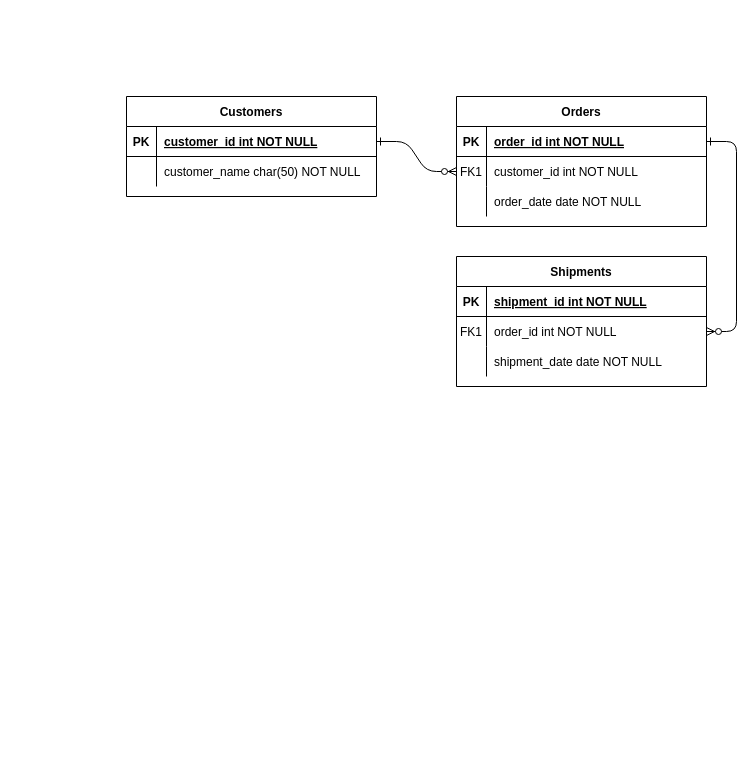
Earlier version of the draw.io diagram erd/Untitled Diagram.drawio (DASitby/LightBnB). Source tidied: cells renumbered, new cells numbered last; positions are measured from the earlier drawing's top-left corner, leaving out a move shared by most shapes. Both pictures are drawn from the tidied source at 100%, with x=0, y=0 at pixel (126, 96).
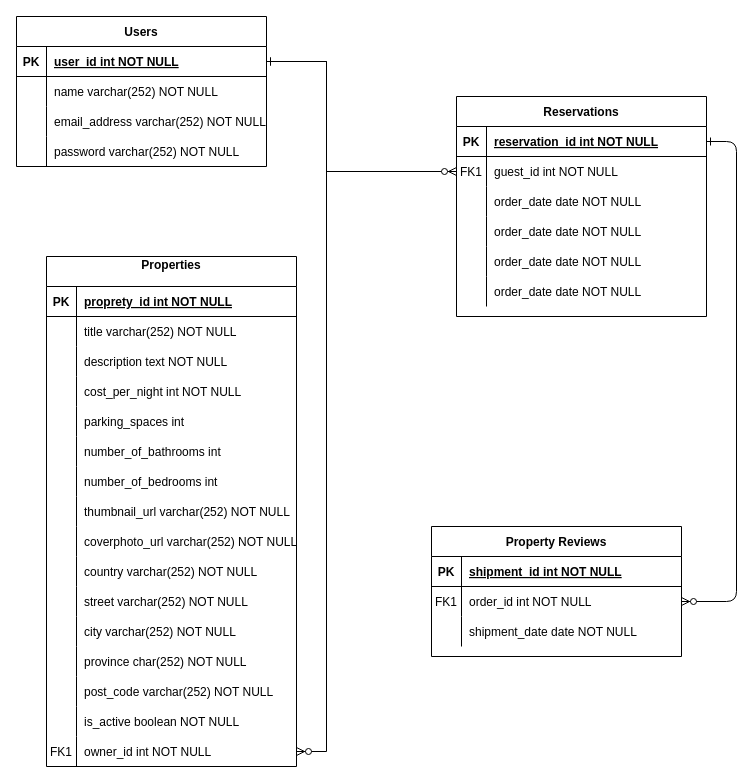
The same diagram, later.

The change refers to these unchanged cells:
```xml
<mxCell id="5" style="shape=partialRectangle;fillColor=none;points=[[0,0.5],[1,0.5]];portConstraint=eastwest;top=0;left=0;right=0;bottom=1;" parent="4" vertex="1">
  <mxGeometry y="30" width="250" height="30" as="geometry" />
</mxCell>
<mxCell id="8" style="shape=partialRectangle;fillColor=none;points=[[0,0.5],[1,0.5]];portConstraint=eastwest;top=0;left=0;right=0;bottom=0;" parent="4" vertex="1">
  <mxGeometry y="60" width="250" height="30" as="geometry" />
</mxCell>
<mxCell id="25" style="shape=partialRectangle;fillColor=none;points=[[0,0.5],[1,0.5]];portConstraint=eastwest;top=0;left=0;right=0;bottom=1;" parent="24" vertex="1">
  <mxGeometry y="30" width="250" height="30" as="geometry" />
</mxCell>
<mxCell id="28" style="shape=partialRectangle;fillColor=none;top=0;left=0;right=0;bottom=0;" parent="24" vertex="1">
  <mxGeometry y="60" width="250" height="30" as="geometry" />
</mxCell>
```

What changed in the source:
```diff
@@
-    <mxCell id="2" style="edgeStyle=entityRelationEdgeStyle;endArrow=ERzeroToMany;startArrow=ERone;endFill=1;startFill=0;" parent="1" edge="1" source="25" target="8">
-      <mxGeometry relative="1" as="geometry" />
+    <mxCell id="2" style="edgeStyle=elbowEdgeStyle;endArrow=ERzeroToMany;startArrow=ERone;endFill=1;startFill=0;strokeColor=default;rounded=0;" parent="1" edge="1" source="25" target="8">
+      <mxGeometry relative="1" as="geometry">
+        <Array as="points">
+          <mxPoint x="200" y="20" />
+        </Array>
+      </mxGeometry>
     </mxCell>
@@
-    <mxCell id="4" value="Orders" style="shape=table;startSize=30;childLayout=tableLayout;rowLines=0;fontStyle=1;align=center;" parent="1" vertex="1">
-      <mxGeometry x="330" width="250" height="130" as="geometry" />
+    <mxCell id="4" value="Reservations" style="shape=table;startSize=30;childLayout=tableLayout;rowLines=0;fontStyle=1;align=center;" parent="1" vertex="1">
+      <mxGeometry x="330" width="250" height="220" as="geometry" />
     </mxCell>
@@
-    <mxCell id="7" value="order_id int NOT NULL " style="shape=partialRectangle;overflow=hidden;fillColor=none;top=0;left=0;bottom=0;right=0;align=left;spacingLeft=6;fontStyle=5;" parent="5" vertex="1">
+    <mxCell id="7" value="reservation_id int NOT NULL " style="shape=partialRectangle;overflow=hidden;fillColor=none;top=0;left=0;bottom=0;right=0;align=left;spacingLeft=6;fontStyle=5;" parent="5" vertex="1">
       <mxGeometry x="30" width="220" height="30" as="geometry" />
     </mxCell>
@@
-    <mxCell id="10" value="customer_id int NOT NULL" style="shape=partialRectangle;overflow=hidden;fillColor=none;top=0;left=0;bottom=0;right=0;align=left;spacingLeft=6;" parent="8" vertex="1">
+    <mxCell id="10" value="guest_id int NOT NULL" style="shape=partialRectangle;overflow=hidden;fillColor=none;top=0;left=0;bottom=0;right=0;align=left;spacingLeft=6;" parent="8" vertex="1">
       <mxGeometry x="30" width="220" height="30" as="geometry" />
     </mxCell>
@@
+    <mxCell id="31" style="shape=partialRectangle;fillColor=none;top=0;left=0;right=0;bottom=0;" parent="4" vertex="1">
+      <mxGeometry y="120" width="250" height="30" as="geometry" />
+    </mxCell>
+    <mxCell id="32" style="shape=partialRectangle;overflow=hidden;fillColor=none;top=0;left=0;bottom=0;right=0;" parent="31" vertex="1">
+      <mxGeometry width="30" height="30" as="geometry" />
+    </mxCell>
+    <mxCell id="33" value="order_date date NOT NULL" style="shape=partialRectangle;overflow=hidden;fillColor=none;top=0;left=0;bottom=0;right=0;align=left;spacingLeft=6;" parent="31" vertex="1">
+      <mxGeometry x="30" width="220" height="30" as="geometry" />
+    </mxCell>
+    <mxCell id="34" style="shape=partialRectangle;fillColor=none;top=0;left=0;right=0;bottom=0;" parent="4" vertex="1">
+      <mxGeometry y="150" width="250" height="30" as="geometry" />
+    </mxCell>
+    <mxCell id="35" style="shape=partialRectangle;overflow=hidden;fillColor=none;top=0;left=0;bottom=0;right=0;" parent="34" vertex="1">
+      <mxGeometry width="30" height="30" as="geometry" />
+    </mxCell>
+    <mxCell id="36" value="order_date date NOT NULL" style="shape=partialRectangle;overflow=hidden;fillColor=none;top=0;left=0;bottom=0;right=0;align=left;spacingLeft=6;" parent="34" vertex="1">
+      <mxGeometry x="30" width="220" height="30" as="geometry" />
+    </mxCell>
+    <mxCell id="37" style="shape=partialRectangle;fillColor=none;top=0;left=0;right=0;bottom=0;" parent="4" vertex="1">
+      <mxGeometry y="180" width="250" height="30" as="geometry" />
+    </mxCell>
+    <mxCell id="38" style="shape=partialRectangle;overflow=hidden;fillColor=none;top=0;left=0;bottom=0;right=0;" parent="37" vertex="1">
+      <mxGeometry width="30" height="30" as="geometry" />
+    </mxCell>
+    <mxCell id="39" value="order_date date NOT NULL" style="shape=partialRectangle;overflow=hidden;fillColor=none;top=0;left=0;bottom=0;right=0;align=left;spacingLeft=6;" parent="37" vertex="1">
+      <mxGeometry x="30" width="220" height="30" as="geometry" />
+    </mxCell>
-    <mxCell id="14" value="Shipments" style="shape=table;startSize=30;childLayout=tableLayout;rowLines=0;fontStyle=1;align=center;" parent="1" vertex="1">
-      <mxGeometry x="330" y="160" width="250" height="130" as="geometry" />
+    <mxCell id="14" value="Property Reviews" style="shape=table;startSize=30;childLayout=tableLayout;rowLines=0;fontStyle=1;align=center;" parent="1" vertex="1">
+      <mxGeometry x="305" y="430" width="250" height="130" as="geometry" />
     </mxCell>
@@
-    <mxCell id="24" value="Customers" style="shape=table;startSize=30;childLayout=tableLayout;rowLines=0;fontStyle=1;align=center;" parent="1" vertex="1">
-      <mxGeometry width="250" height="100" as="geometry" />
+    <mxCell id="24" value="Users" style="shape=table;startSize=30;childLayout=tableLayout;rowLines=0;fontStyle=1;align=center;" parent="1" vertex="1">
+      <mxGeometry x="-110" y="-80" width="250" height="150" as="geometry" />
     </mxCell>
@@
-    <mxCell id="27" value="customer_id int NOT NULL " style="shape=partialRectangle;overflow=hidden;fillColor=none;top=0;left=0;bottom=0;right=0;align=left;spacingLeft=6;fontStyle=5;" parent="25" vertex="1">
+    <mxCell id="27" value="user_id int NOT NULL " style="shape=partialRectangle;overflow=hidden;fillColor=none;top=0;left=0;bottom=0;right=0;align=left;spacingLeft=6;fontStyle=5;" parent="25" vertex="1">
       <mxGeometry x="30" width="220" height="30" as="geometry" />
     </mxCell>
@@
-    <mxCell id="30" value="customer_name char(50) NOT NULL" style="shape=partialRectangle;overflow=hidden;fillColor=none;top=0;left=0;bottom=0;right=0;align=left;spacingLeft=6;" parent="28" vertex="1">
+    <mxCell id="30" value="name varchar(252) NOT NULL" style="shape=partialRectangle;overflow=hidden;fillColor=none;top=0;left=0;bottom=0;right=0;align=left;spacingLeft=6;" parent="28" vertex="1">
       <mxGeometry x="30" width="220" height="30" as="geometry" />
     </mxCell>
+    <mxCell id="40" style="shape=partialRectangle;fillColor=none;top=0;left=0;right=0;bottom=0;" parent="24" vertex="1">
+      <mxGeometry y="90" width="250" height="30" as="geometry" />
+    </mxCell>
+    <mxCell id="41" style="shape=partialRectangle;overflow=hidden;fillColor=none;top=0;left=0;bottom=0;right=0;" parent="40" vertex="1">
+      <mxGeometry width="30" height="30" as="geometry" />
+    </mxCell>
+    <mxCell id="42" value="email_address varchar(252) NOT NULL" style="shape=partialRectangle;overflow=hidden;fillColor=none;top=0;left=0;bottom=0;right=0;align=left;spacingLeft=6;" parent="40" vertex="1">
+      <mxGeometry x="30" width="220" height="30" as="geometry" />
+    </mxCell>
+    <mxCell id="43" style="shape=partialRectangle;fillColor=none;top=0;left=0;right=0;bottom=0;" parent="24" vertex="1">
+      <mxGeometry y="120" width="250" height="30" as="geometry" />
+    </mxCell>
+    <mxCell id="44" style="shape=partialRectangle;overflow=hidden;fillColor=none;top=0;left=0;bottom=0;right=0;" parent="43" vertex="1">
+      <mxGeometry width="30" height="30" as="geometry" />
+    </mxCell>
+    <mxCell id="45" value="password varchar(252) NOT NULL" style="shape=partialRectangle;overflow=hidden;fillColor=none;top=0;left=0;bottom=0;right=0;align=left;spacingLeft=6;" parent="43" vertex="1">
+      <mxGeometry x="30" width="220" height="30" as="geometry" />
+    </mxCell>
+    <mxCell id="46" value="Properties&#10;" style="shape=table;startSize=30;childLayout=tableLayout;rowLines=0;fontStyle=1;align=center;" parent="1" vertex="1">
+      <mxGeometry x="-80" y="160" width="250" height="510" as="geometry" />
+    </mxCell>
+    <mxCell id="47" style="shape=partialRectangle;fillColor=none;top=0;left=0;right=0;bottom=1;" parent="46" vertex="1">
+      <mxGeometry y="30" width="250" height="30" as="geometry" />
+    </mxCell>
+    <mxCell id="48" value="PK" style="shape=partialRectangle;overflow=hidden;fillColor=none;top=0;left=0;bottom=0;right=0;fontStyle=1;" parent="47" vertex="1">
+      <mxGeometry width="30" height="30" as="geometry" />
+    </mxCell>
+    <mxCell id="49" value="proprety_id int NOT NULL " style="shape=partialRectangle;overflow=hidden;fillColor=none;top=0;left=0;bottom=0;right=0;align=left;spacingLeft=6;fontStyle=5;" parent="47" vertex="1">
+      <mxGeometry x="30" width="220" height="30" as="geometry" />
+    </mxCell>
+    <mxCell id="50" style="shape=partialRectangle;fillColor=none;top=0;left=0;right=0;bottom=0;" parent="46" vertex="1">
+      <mxGeometry y="60" width="250" height="30" as="geometry" />
+    </mxCell>
+    <mxCell id="51" style="shape=partialRectangle;overflow=hidden;fillColor=none;top=0;left=0;bottom=0;right=0;" parent="50" vertex="1">
+      <mxGeometry width="30" height="30" as="geometry" />
+    </mxCell>
+    <mxCell id="52" value="title varchar(252) NOT NULL" style="shape=partialRectangle;overflow=hidden;fillColor=none;top=0;left=0;bottom=0;right=0;align=left;spacingLeft=6;" parent="50" vertex="1">
+      <mxGeometry x="30" width="220" height="30" as="geometry" />
+    </mxCell>
+    <mxCell id="53" style="shape=partialRectangle;fillColor=none;top=0;left=0;right=0;bottom=0;" parent="46" vertex="1">
+      <mxGeometry y="90" width="250" height="30" as="geometry" />
+    </mxCell>
+    <mxCell id="54" style="shape=partialRectangle;overflow=hidden;fillColor=none;top=0;left=0;bottom=0;right=0;" parent="53" vertex="1">
+      <mxGeometry width="30" height="30" as="geometry" />
+    </mxCell>
+    <mxCell id="55" value="description text NOT NULL" style="shape=partialRectangle;overflow=hidden;fillColor=none;top=0;left=0;bottom=0;right=0;align=left;spacingLeft=6;" parent="53" vertex="1">
+      <mxGeometry x="30" width="220" height="30" as="geometry" />
+    </mxCell>
+    <mxCell id="56" style="shape=partialRectangle;fillColor=none;top=0;left=0;right=0;bottom=0;" parent="46" vertex="1">
+      <mxGeometry y="120" width="250" height="30" as="geometry" />
+    </mxCell>
+    <mxCell id="57" style="shape=partialRectangle;overflow=hidden;fillColor=none;top=0;left=0;bottom=0;right=0;" parent="56" vertex="1">
+      <mxGeometry width="30" height="30" as="geometry" />
+    </mxCell>
+    <mxCell id="58" value="cost_per_night int NOT NULL" style="shape=partialRectangle;overflow=hidden;fillColor=none;top=0;left=0;bottom=0;right=0;align=left;spacingLeft=6;" parent="56" vertex="1">
+      <mxGeometry x="30" width="220" height="30" as="geometry" />
+    </mxCell>
+    <mxCell id="59" style="shape=partialRectangle;fillColor=none;top=0;left=0;right=0;bottom=0;" parent="46" vertex="1">
+      <mxGeometry y="150" width="250" height="30" as="geometry" />
+    </mxCell>
+    <mxCell id="60" style="shape=partialRectangle;overflow=hidden;fillColor=none;top=0;left=0;bottom=0;right=0;" parent="59" vertex="1">
+      <mxGeometry width="30" height="30" as="geometry" />
+    </mxCell>
+    <mxCell id="61" value="parking_spaces int" style="shape=partialRectangle;overflow=hidden;fillColor=none;top=0;left=0;bottom=0;right=0;align=left;spacingLeft=6;" parent="59" vertex="1">
+      <mxGeometry x="30" width="220" height="30" as="geometry" />
+    </mxCell>
+    <mxCell id="62" style="shape=partialRectangle;fillColor=none;top=0;left=0;right=0;bottom=0;" parent="46" vertex="1">
+      <mxGeometry y="180" width="250" height="30" as="geometry" />
+    </mxCell>
+    <mxCell id="63" style="shape=partialRectangle;overflow=hidden;fillColor=none;top=0;left=0;bottom=0;right=0;" parent="62" vertex="1">
+      <mxGeometry width="30" height="30" as="geometry" />
+    </mxCell>
+    <mxCell id="64" value="number_of_bathrooms int" style="shape=partialRectangle;overflow=hidden;fillColor=none;top=0;left=0;bottom=0;right=0;align=left;spacingLeft=6;" parent="62" vertex="1">
+      <mxGeometry x="30" width="220" height="30" as="geometry" />
+    </mxCell>
+    <mxCell id="65" style="shape=partialRectangle;fillColor=none;top=0;left=0;right=0;bottom=0;" parent="46" vertex="1">
+      <mxGeometry y="210" width="250" height="30" as="geometry" />
+    </mxCell>
+    <mxCell id="66" style="shape=partialRectangle;overflow=hidden;fillColor=none;top=0;left=0;bottom=0;right=0;" parent="65" vertex="1">
+      <mxGeometry width="30" height="30" as="geometry" />
+    </mxCell>
+    <mxCell id="67" value="number_of_bedrooms int" style="shape=partialRectangle;overflow=hidden;fillColor=none;top=0;left=0;bottom=0;right=0;align=left;spacingLeft=6;" parent="65" vertex="1">
+      <mxGeometry x="30" width="220" height="30" as="geometry" />
+    </mxCell>
+    <mxCell id="68" style="shape=partialRectangle;fillColor=none;top=0;left=0;right=0;bottom=0;" parent="46" vertex="1">
+      <mxGeometry y="240" width="250" height="30" as="geometry" />
+    </mxCell>
+    <mxCell id="69" style="shape=partialRectangle;overflow=hidden;fillColor=none;top=0;left=0;bottom=0;right=0;" parent="68" vertex="1">
+      <mxGeometry width="30" height="30" as="geometry" />
+    </mxCell>
+    <mxCell id="70" value="thumbnail_url varchar(252) NOT NULL" style="shape=partialRectangle;overflow=hidden;fillColor=none;top=0;left=0;bottom=0;right=0;align=left;spacingLeft=6;" parent="68" vertex="1">
+      <mxGeometry x="30" width="220" height="30" as="geometry" />
+    </mxCell>
+    <mxCell id="71" style="shape=partialRectangle;fillColor=none;top=0;left=0;right=0;bottom=0;" parent="46" vertex="1">
+      <mxGeometry y="270" width="250" height="30" as="geometry" />
+    </mxCell>
+    <mxCell id="72" style="shape=partialRectangle;overflow=hidden;fillColor=none;top=0;left=0;bottom=0;right=0;" parent="71" vertex="1">
+      <mxGeometry width="30" height="30" as="geometry" />
+    </mxCell>
+    <mxCell id="73" value="coverphoto_url varchar(252) NOT NULL" style="shape=partialRectangle;overflow=hidden;fillColor=none;top=0;left=0;bottom=0;right=0;align=left;spacingLeft=6;" parent="71" vertex="1">
+      <mxGeometry x="30" width="220" height="30" as="geometry" />
+    </mxCell>
+    <mxCell id="74" style="shape=partialRectangle;fillColor=none;top=0;left=0;right=0;bottom=0;" parent="46" vertex="1">
+      <mxGeometry y="300" width="250" height="30" as="geometry" />
+    </mxCell>
+    <mxCell id="75" style="shape=partialRectangle;overflow=hidden;fillColor=none;top=0;left=0;bottom=0;right=0;" parent="74" vertex="1">
+      <mxGeometry width="30" height="30" as="geometry" />
+    </mxCell>
+    <mxCell id="76" value="country varchar(252) NOT NULL" style="shape=partialRectangle;overflow=hidden;fillColor=none;top=0;left=0;bottom=0;right=0;align=left;spacingLeft=6;" parent="74" vertex="1">
+      <mxGeometry x="30" width="220" height="30" as="geometry" />
+    </mxCell>
+    <mxCell id="77" style="shape=partialRectangle;fillColor=none;top=0;left=0;right=0;bottom=0;" parent="46" vertex="1">
+      <mxGeometry y="330" width="250" height="30" as="geometry" />
+    </mxCell>
+    <mxCell id="78" style="shape=partialRectangle;overflow=hidden;fillColor=none;top=0;left=0;bottom=0;right=0;" parent="77" vertex="1">
+      <mxGeometry width="30" height="30" as="geometry" />
+    </mxCell>
+    <mxCell id="79" value="street varchar(252) NOT NULL" style="shape=partialRectangle;overflow=hidden;fillColor=none;top=0;left=0;bottom=0;right=0;align=left;spacingLeft=6;" parent="77" vertex="1">
+      <mxGeometry x="30" width="220" height="30" as="geometry" />
+    </mxCell>
+    <mxCell id="80" style="shape=partialRectangle;fillColor=none;top=0;left=0;right=0;bottom=0;" parent="46" vertex="1">
+      <mxGeometry y="360" width="250" height="30" as="geometry" />
+    </mxCell>
+    <mxCell id="81" style="shape=partialRectangle;overflow=hidden;fillColor=none;top=0;left=0;bottom=0;right=0;" parent="80" vertex="1">
+      <mxGeometry width="30" height="30" as="geometry" />
+    </mxCell>
+    <mxCell id="82" value="city varchar(252) NOT NULL" style="shape=partialRectangle;overflow=hidden;fillColor=none;top=0;left=0;bottom=0;right=0;align=left;spacingLeft=6;" parent="80" vertex="1">
+      <mxGeometry x="30" width="220" height="30" as="geometry" />
+    </mxCell>
+    <mxCell id="83" style="shape=partialRectangle;fillColor=none;top=0;left=0;right=0;bottom=0;" parent="46" vertex="1">
+      <mxGeometry y="390" width="250" height="30" as="geometry" />
+    </mxCell>
+    <mxCell id="84" style="shape=partialRectangle;overflow=hidden;fillColor=none;top=0;left=0;bottom=0;right=0;" parent="83" vertex="1">
+      <mxGeometry width="30" height="30" as="geometry" />
+    </mxCell>
+    <mxCell id="85" value="province char(252) NOT NULL" style="shape=partialRectangle;overflow=hidden;fillColor=none;top=0;left=0;bottom=0;right=0;align=left;spacingLeft=6;" parent="83" vertex="1">
+      <mxGeometry x="30" width="220" height="30" as="geometry" />
+    </mxCell>
+    <mxCell id="86" style="shape=partialRectangle;fillColor=none;top=0;left=0;right=0;bottom=0;" parent="46" vertex="1">
+      <mxGeometry y="420" width="250" height="30" as="geometry" />
+    </mxCell>
+    <mxCell id="87" style="shape=partialRectangle;overflow=hidden;fillColor=none;top=0;left=0;bottom=0;right=0;" parent="86" vertex="1">
+      <mxGeometry width="30" height="30" as="geometry" />
+    </mxCell>
+    <mxCell id="88" value="post_code varchar(252) NOT NULL" style="shape=partialRectangle;overflow=hidden;fillColor=none;top=0;left=0;bottom=0;right=0;align=left;spacingLeft=6;" parent="86" vertex="1">
+      <mxGeometry x="30" width="220" height="30" as="geometry" />
+    </mxCell>
+    <mxCell id="89" style="shape=partialRectangle;fillColor=none;top=0;left=0;right=0;bottom=0;" parent="46" vertex="1">
+      <mxGeometry y="450" width="250" height="30" as="geometry" />
+    </mxCell>
+    <mxCell id="90" style="shape=partialRectangle;overflow=hidden;fillColor=none;top=0;left=0;bottom=0;right=0;" parent="89" vertex="1">
+      <mxGeometry width="30" height="30" as="geometry" />
+    </mxCell>
+    <mxCell id="91" value="is_active boolean NOT NULL" style="shape=partialRectangle;overflow=hidden;fillColor=none;top=0;left=0;bottom=0;right=0;align=left;spacingLeft=6;" parent="89" vertex="1">
+      <mxGeometry x="30" width="220" height="30" as="geometry" />
+    </mxCell>
+    <mxCell id="92" style="shape=partialRectangle;fillColor=none;points=[[0,0.5],[1,0.5]];portConstraint=eastwest;top=0;left=0;right=0;bottom=0;" parent="46" vertex="1">
+      <mxGeometry y="480" width="250" height="30" as="geometry" />
+    </mxCell>
+    <mxCell id="93" value="FK1" style="shape=partialRectangle;overflow=hidden;fillColor=none;top=0;left=0;bottom=0;right=0;" parent="92" vertex="1">
+      <mxGeometry width="30" height="30" as="geometry" />
+    </mxCell>
+    <mxCell id="94" value="owner_id int NOT NULL" style="shape=partialRectangle;overflow=hidden;fillColor=none;top=0;left=0;bottom=0;right=0;align=left;spacingLeft=6;" parent="92" vertex="1">
+      <mxGeometry x="30" width="220" height="30" as="geometry" />
+    </mxCell>
+    <mxCell id="95" style="edgeStyle=elbowEdgeStyle;endArrow=ERzeroToMany;startArrow=ERone;endFill=1;startFill=0;exitX=1;exitY=0.5;exitDx=0;exitDy=0;rounded=0;jumpStyle=sharp;" parent="1" edge="1" source="25" target="92">
+      <mxGeometry relative="1" as="geometry">
+        <Array as="points">
+          <mxPoint x="200" y="300" />
+        </Array>
+      </mxGeometry>
+    </mxCell>
```
